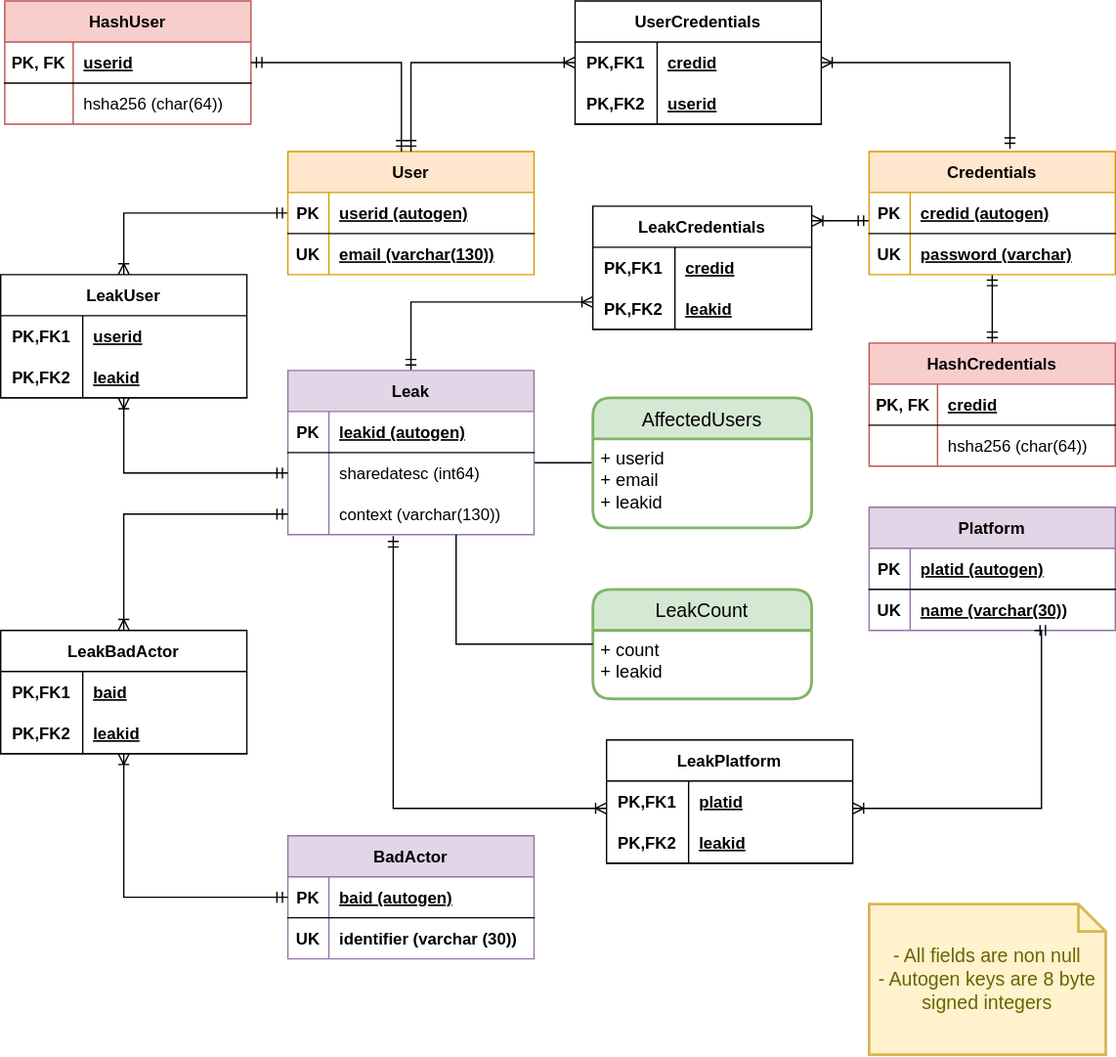
Earlier version of the draw.io export core/src/002-data-model.drawio.svg (palavrapasse/docs). Source tidied: cells renumbered, new cells last; positions are measured from the earlier drawing's top-left corner, leaving out a move shared by most shapes.
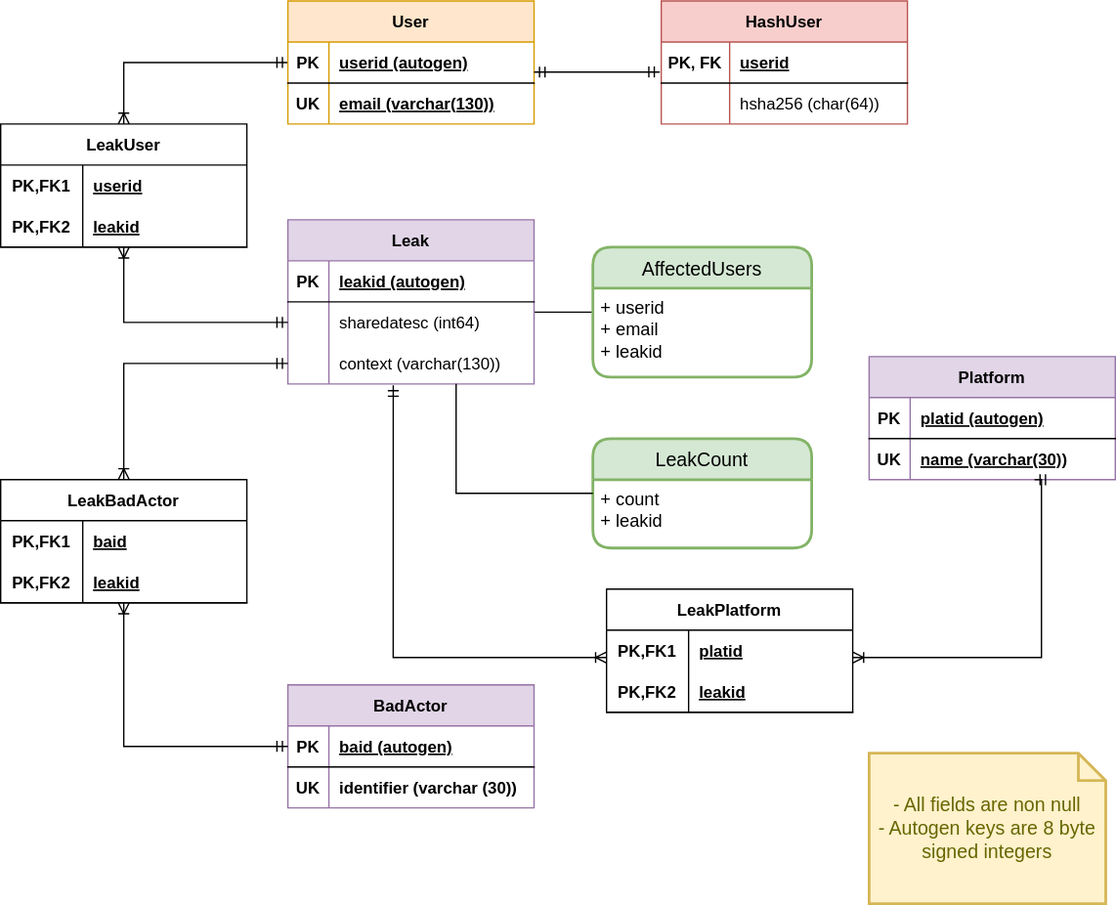
Above is the later version.

Commit message:
remove tables related to credentials

Diff of the diagram source:
```diff
@@ -2,54 +2,6 @@
   <root>
     <mxCell id="0" />
     <mxCell id="1" parent="0" />
-    <mxCell id="2" style="edgeStyle=orthogonalEdgeStyle;rounded=0;jettySize=auto;html=1;entryX=1.001;entryY=0.118;entryDx=0;entryDy=0;entryPerimeter=0;startArrow=ERmandOne;startFill=0;endArrow=ERoneToMany;endFill=0;exitX=0;exitY=0.687;exitDx=0;exitDy=0;exitPerimeter=0;" parent="1" edge="1" source="12" target="85">
-      <mxGeometry relative="1" as="geometry" />
-    </mxCell>
-    <mxCell id="3" value="UserCredentials" style="shape=table;startSize=30;rowLines=0;fontStyle=1;align=center;" parent="1" vertex="1">
-      <mxGeometry x="420" width="180" height="90" as="geometry" />
-    </mxCell>
-    <mxCell id="4" style="shape=tableRow;horizontal=0;startSize=0;swimlaneHead=0;swimlaneBody=0;fillColor=none;points=[[0,0.5],[1,0.5]];portConstraint=eastwest;top=0;left=0;right=0;bottom=0;" parent="3" vertex="1">
-      <mxGeometry y="30" width="180" height="30" as="geometry" />
-    </mxCell>
-    <mxCell id="5" value="PK,FK1" style="shape=partialRectangle;fillColor=none;top=0;left=0;bottom=0;right=0;fontStyle=1;overflow=hidden;" parent="4" vertex="1">
-      <mxGeometry width="60" height="30" as="geometry" />
-    </mxCell>
-    <mxCell id="6" value="credid" style="shape=partialRectangle;fillColor=none;top=0;left=0;bottom=0;right=0;align=left;spacingLeft=6;fontStyle=5;overflow=hidden;" parent="4" vertex="1">
-      <mxGeometry x="60" width="120" height="30" as="geometry" />
-    </mxCell>
-    <mxCell id="7" style="shape=tableRow;horizontal=0;startSize=0;swimlaneHead=0;swimlaneBody=0;fillColor=none;top=0;left=0;right=0;bottom=1;" parent="3" vertex="1">
-      <mxGeometry y="60" width="180" height="30" as="geometry" />
-    </mxCell>
-    <mxCell id="8" value="PK,FK2" style="shape=partialRectangle;fillColor=none;top=0;left=0;bottom=0;right=0;fontStyle=1;overflow=hidden;" parent="7" vertex="1">
-      <mxGeometry width="60" height="30" as="geometry" />
-    </mxCell>
-    <mxCell id="9" value="userid" style="shape=partialRectangle;fillColor=none;top=0;left=0;bottom=0;right=0;align=left;spacingLeft=6;fontStyle=5;overflow=hidden;" parent="7" vertex="1">
-      <mxGeometry x="60" width="120" height="30" as="geometry" />
-    </mxCell>
-    <mxCell id="10" style="edgeStyle=orthogonalEdgeStyle;rounded=0;jettySize=auto;html=1;startArrow=ERmandOne;startFill=0;endArrow=ERmandOne;endFill=0;" parent="1" edge="1" source="11" target="101">
-      <mxGeometry relative="1" as="geometry" />
-    </mxCell>
-    <mxCell id="11" value="Credentials" style="shape=table;startSize=30;rowLines=0;fontStyle=1;align=center;fillColor=#ffe6cc;strokeColor=#d79b00;" parent="1" vertex="1">
-      <mxGeometry x="635" y="110" width="180" height="90" as="geometry" />
-    </mxCell>
-    <mxCell id="12" style="shape=tableRow;horizontal=0;startSize=0;swimlaneHead=0;swimlaneBody=0;fillColor=none;points=[[0,0.5],[1,0.5]];portConstraint=eastwest;top=0;left=0;right=0;bottom=1;" parent="11" vertex="1">
-      <mxGeometry y="30" width="180" height="30" as="geometry" />
-    </mxCell>
-    <mxCell id="13" value="PK" style="shape=partialRectangle;fillColor=none;top=0;left=0;bottom=0;right=0;fontStyle=1;overflow=hidden;" parent="12" vertex="1">
-      <mxGeometry width="30" height="30" as="geometry" />
-    </mxCell>
-    <mxCell id="14" value="credid (autogen)" style="shape=partialRectangle;fillColor=none;top=0;left=0;bottom=0;right=0;align=left;spacingLeft=6;fontStyle=5;overflow=hidden;" parent="12" vertex="1">
-      <mxGeometry x="30" width="150" height="30" as="geometry" />
-    </mxCell>
-    <mxCell id="15" style="shape=tableRow;horizontal=0;startSize=0;swimlaneHead=0;swimlaneBody=0;fillColor=none;top=0;left=0;right=0;bottom=0;" parent="11" vertex="1">
-      <mxGeometry y="60" width="180" height="30" as="geometry" />
-    </mxCell>
-    <mxCell id="16" value="UK" style="shape=partialRectangle;fillColor=none;top=0;left=0;bottom=0;right=0;overflow=hidden;fontStyle=1;" parent="15" vertex="1">
-      <mxGeometry width="30" height="30" as="geometry" />
-    </mxCell>
-    <mxCell id="17" value="password (varchar)" style="shape=partialRectangle;fillColor=none;top=0;left=0;bottom=0;right=0;align=left;spacingLeft=6;overflow=hidden;fontStyle=5;" parent="15" vertex="1">
-      <mxGeometry x="30" width="150" height="30" as="geometry" />
-    </mxCell>
     <mxCell id="18" style="edgeStyle=orthogonalEdgeStyle;rounded=0;jettySize=auto;html=1;fontSize=13;endArrow=none;endFill=0;entryX=0;entryY=0.5;entryDx=0;entryDy=0;" parent="1" edge="1" source="20" target="80">
       <mxGeometry relative="1" as="geometry">
         <Array as="points">
@@ -57,13 +9,6 @@
         </Array>
       </mxGeometry>
     </mxCell>
-    <mxCell id="19" style="edgeStyle=orthogonalEdgeStyle;rounded=0;jettySize=auto;html=1;endArrow=ERoneToMany;endFill=0;startArrow=ERmandOne;startFill=0;" parent="1" edge="1" source="20" target="89">
-      <mxGeometry relative="1" as="geometry">
-        <Array as="points">
-          <mxPoint x="300" y="220" />
-        </Array>
-      </mxGeometry>
-    </mxCell>
     <mxCell id="20" value="Leak" style="shape=table;startSize=30;rowLines=0;fontStyle=1;align=center;fillColor=#e1d5e7;strokeColor=#9673a6;" parent="1" vertex="1">
       <mxGeometry x="210" y="270" width="180" height="120" as="geometry" />
     </mxCell>
@@ -232,12 +177,6 @@
     <mxCell id="75" value="leakid" style="shape=partialRectangle;fillColor=none;top=0;left=0;bottom=0;right=0;align=left;spacingLeft=6;fontStyle=5;overflow=hidden;" parent="73" vertex="1">
       <mxGeometry x="60" width="120" height="30" as="geometry" />
     </mxCell>
-    <mxCell id="76" style="rounded=0;jettySize=auto;html=1;entryX=0.5;entryY=0;entryDx=0;entryDy=0;startArrow=ERoneToMany;startFill=0;endArrow=ERmandOne;endFill=0;edgeStyle=orthogonalEdgeStyle;" parent="1" edge="1" source="4" target="39">
-      <mxGeometry relative="1" as="geometry" />
-    </mxCell>
-    <mxCell id="77" style="edgeStyle=orthogonalEdgeStyle;rounded=0;jettySize=auto;html=1;entryX=0.572;entryY=-0.022;entryDx=0;entryDy=0;startArrow=ERoneToMany;startFill=0;endArrow=ERmandOne;endFill=0;entryPerimeter=0;" parent="1" edge="1" source="4" target="11">
-      <mxGeometry relative="1" as="geometry" />
-    </mxCell>
     <mxCell id="78" style="edgeStyle=orthogonalEdgeStyle;rounded=0;jettySize=auto;html=1;entryX=0.428;entryY=1.033;entryDx=0;entryDy=0;entryPerimeter=0;startArrow=ERoneToMany;startFill=0;endArrow=ERmandOne;endFill=0;" parent="1" edge="1" target="27">
       <mxGeometry relative="1" as="geometry">
         <mxPoint x="443" y="590" as="sourcePoint" />
@@ -278,32 +217,11 @@
         </Array>
       </mxGeometry>
     </mxCell>
-    <mxCell id="85" value="LeakCredentials" style="shape=table;startSize=30;rowLines=0;fontStyle=1;align=center;" parent="1" vertex="1">
-      <mxGeometry x="433" y="150" width="160" height="90" as="geometry" />
-    </mxCell>
-    <mxCell id="86" style="shape=tableRow;horizontal=0;startSize=0;swimlaneHead=0;swimlaneBody=0;fillColor=none;top=0;left=0;right=0;bottom=0;" parent="85" vertex="1">
-      <mxGeometry y="30" width="160" height="30" as="geometry" />
-    </mxCell>
-    <mxCell id="87" value="PK,FK1" style="shape=partialRectangle;fillColor=none;top=0;left=0;bottom=0;right=0;fontStyle=1;overflow=hidden;" parent="86" vertex="1">
-      <mxGeometry width="60" height="30" as="geometry" />
-    </mxCell>
-    <mxCell id="88" value="credid" style="shape=partialRectangle;fillColor=none;top=0;left=0;bottom=0;right=0;align=left;spacingLeft=6;fontStyle=5;overflow=hidden;" parent="86" vertex="1">
-      <mxGeometry x="60" width="100" height="30" as="geometry" />
-    </mxCell>
-    <mxCell id="89" style="shape=tableRow;horizontal=0;startSize=0;swimlaneHead=0;swimlaneBody=0;fillColor=none;points=[[0,0.5],[1,0.5]];portConstraint=eastwest;top=0;left=0;right=0;bottom=1;" parent="85" vertex="1">
-      <mxGeometry y="60" width="160" height="30" as="geometry" />
-    </mxCell>
-    <mxCell id="90" value="PK,FK2" style="shape=partialRectangle;fillColor=none;top=0;left=0;bottom=0;right=0;fontStyle=1;overflow=hidden;" parent="89" vertex="1">
-      <mxGeometry width="60" height="30" as="geometry" />
-    </mxCell>
-    <mxCell id="91" value="leakid" style="shape=partialRectangle;fillColor=none;top=0;left=0;bottom=0;right=0;align=left;spacingLeft=6;fontStyle=5;overflow=hidden;" parent="89" vertex="1">
-      <mxGeometry x="60" width="100" height="30" as="geometry" />
-    </mxCell>
     <mxCell id="92" value="- All fields are non null&lt;br&gt;- Autogen keys are 8 byte signed integers" style="shape=note;strokeWidth=2;fontSize=14;size=20;whiteSpace=wrap;html=1;fillColor=#fff2cc;strokeColor=#d6b656;fontColor=#666600;" parent="1" vertex="1">
       <mxGeometry x="635" y="660" width="173" height="110" as="geometry" />
     </mxCell>
     <mxCell id="93" value="HashUser" style="shape=table;startSize=30;rowLines=0;fontStyle=1;align=center;fillColor=#f8cecc;strokeColor=#b85450;" parent="1" vertex="1">
-      <mxGeometry x="3" width="180" height="90" as="geometry" />
+      <mxGeometry x="483" y="110" width="180" height="90" as="geometry" />
     </mxCell>
     <mxCell id="94" style="shape=tableRow;horizontal=0;startSize=0;swimlaneHead=0;swimlaneBody=0;fillColor=none;points=[[0,0.5],[1,0.5]];portConstraint=eastwest;top=0;left=0;right=0;bottom=1;" parent="93" vertex="1">
       <mxGeometry y="30" width="180" height="30" as="geometry" />
@@ -323,33 +241,13 @@
     <mxCell id="99" value="hsha256 (char(64))" style="shape=partialRectangle;fillColor=none;top=0;left=0;bottom=0;right=0;align=left;spacingLeft=6;overflow=hidden;" parent="97" vertex="1">
       <mxGeometry x="50" width="130" height="30" as="geometry" />
     </mxCell>
-    <mxCell id="100" style="rounded=0;jettySize=auto;html=1;startArrow=ERmandOne;startFill=0;endArrow=ERmandOne;endFill=0;edgeStyle=orthogonalEdgeStyle;exitX=1;exitY=0.5;exitDx=0;exitDy=0;" parent="1" edge="1" source="94" target="39">
+    <mxCell id="100" style="rounded=0;jettySize=auto;html=1;startArrow=ERmandOne;startFill=0;endArrow=ERmandOne;endFill=0;edgeStyle=orthogonalEdgeStyle;exitX=-0.006;exitY=0.733;exitDx=0;exitDy=0;exitPerimeter=0;" parent="1" edge="1" source="94" target="39">
       <mxGeometry relative="1" as="geometry">
         <Array as="points">
-          <mxPoint x="293" y="45" />
+          <mxPoint x="463" y="162" />
+          <mxPoint x="463" y="162" />
         </Array>
       </mxGeometry>
     </mxCell>
-    <mxCell id="101" value="HashCredentials" style="shape=table;startSize=30;rowLines=0;fontStyle=1;align=center;fillColor=#f8cecc;strokeColor=#b85450;" parent="1" vertex="1">
-      <mxGeometry x="635" y="250" width="180" height="90" as="geometry" />
-    </mxCell>
-    <mxCell id="102" style="shape=tableRow;horizontal=0;startSize=0;swimlaneHead=0;swimlaneBody=0;fillColor=none;top=0;left=0;right=0;bottom=1;" parent="101" vertex="1">
-      <mxGeometry y="30" width="180" height="30" as="geometry" />
-    </mxCell>
-    <mxCell id="103" value="PK, FK" style="shape=partialRectangle;fillColor=none;top=0;left=0;bottom=0;right=0;fontStyle=1;overflow=hidden;" parent="102" vertex="1">
-      <mxGeometry width="50" height="30" as="geometry" />
-    </mxCell>
-    <mxCell id="104" value="credid" style="shape=partialRectangle;fillColor=none;top=0;left=0;bottom=0;right=0;align=left;spacingLeft=6;fontStyle=5;overflow=hidden;" parent="102" vertex="1">
-      <mxGeometry x="50" width="130" height="30" as="geometry" />
-    </mxCell>
-    <mxCell id="105" style="shape=tableRow;horizontal=0;startSize=0;swimlaneHead=0;swimlaneBody=0;fillColor=none;top=0;left=0;right=0;bottom=0;" parent="101" vertex="1">
-      <mxGeometry y="60" width="180" height="30" as="geometry" />
-    </mxCell>
-    <mxCell id="106" style="shape=partialRectangle;fillColor=none;top=0;left=0;bottom=0;right=0;overflow=hidden;" parent="105" vertex="1">
-      <mxGeometry width="50" height="30" as="geometry" />
-    </mxCell>
-    <mxCell id="107" value="hsha256 (char(64))" style="shape=partialRectangle;fillColor=none;top=0;left=0;bottom=0;right=0;align=left;spacingLeft=6;overflow=hidden;" parent="105" vertex="1">
-      <mxGeometry x="50" width="130" height="30" as="geometry" />
-    </mxCell>
   </root>
 </mxGraphModel>
```
